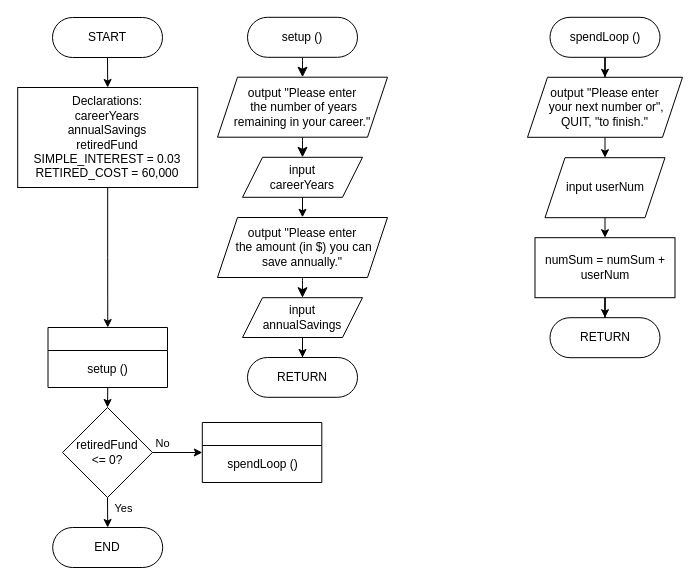
Above: Module 7 - Effective Decision Loops 2 - Connor Bowles.drawio in CBowles10/SDEV_120_FALL2025_CBOWLES (draw.io), before the change. Source tidied: cells renumbered, new cells numbered last; positions are measured from the earlier drawing's top-left corner, leaving out a move shared by most shapes. Both pictures are drawn from the tidied source at 100%, with x=0, y=0 at pixel (17, 17).
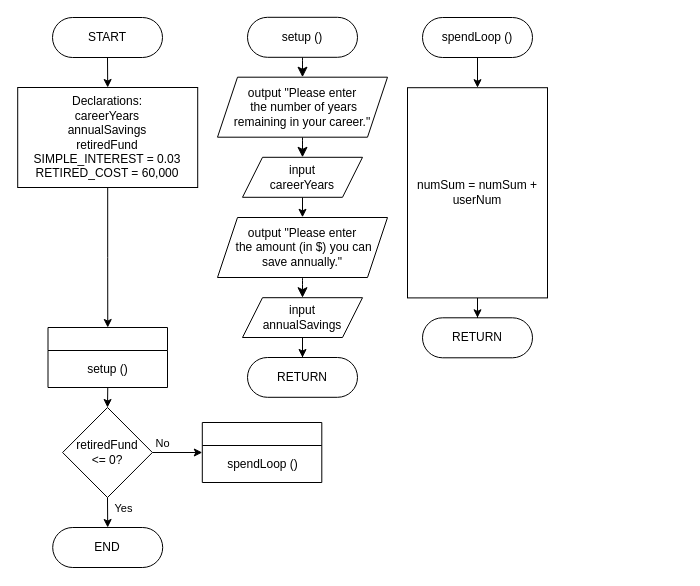
After the change.

Diff of the diagram source:
```diff
@@
-    <mxCell id="24" style="edgeStyle=orthogonalEdgeStyle;rounded=0;jettySize=auto;html=1;" parent="1" edge="1" source="25" target="27">
-      <mxGeometry relative="1" as="geometry" />
-    </mxCell>
+    <mxCell id="38" style="edgeStyle=orthogonalEdgeStyle;rounded=0;jettySize=auto;html=1;exitX=0.5;exitY=1;exitDx=0;exitDy=0;entryX=0.5;entryY=0;entryDx=0;entryDy=0;" parent="1" edge="1" source="25" target="33">
+      <mxGeometry relative="1" as="geometry" />
+    </mxCell>
     <mxCell id="25" value="spendLoop ()" style="rounded=1;whiteSpace=wrap;html=1;arcSize=50;" parent="1" vertex="1">
-      <mxGeometry x="532.5" y="-0.2" width="110" height="40" as="geometry" />
+      <mxGeometry x="405" width="110" height="40" as="geometry" />
     </mxCell>
-    <mxCell id="26" style="edgeStyle=orthogonalEdgeStyle;rounded=0;jettySize=auto;html=1;exitX=0.5;exitY=1;exitDx=0;exitDy=0;entryX=0.5;entryY=0;entryDx=0;entryDy=0;" parent="1" edge="1" source="27" target="29">
-      <mxGeometry relative="1" as="geometry" />
-    </mxCell>
-    <mxCell id="27" value="output &quot;Please enter&lt;br&gt;&amp;nbsp;your next number or&quot;,&lt;br&gt;QUIT, &quot;to finish.&quot;" style="shape=parallelogram;perimeter=parallelogramPerimeter;whiteSpace=wrap;html=1;fixedSize=1;" parent="1" vertex="1">
-      <mxGeometry x="510" y="59.8" width="155" height="60" as="geometry" />
-    </mxCell>
-    <mxCell id="28" style="edgeStyle=orthogonalEdgeStyle;rounded=0;jettySize=auto;html=1;exitX=0.5;exitY=1;exitDx=0;exitDy=0;entryX=0.5;entryY=0;entryDx=0;entryDy=0;" parent="1" edge="1" source="29">
-      <mxGeometry relative="1" as="geometry">
-        <mxPoint x="587.5" y="220.2" as="targetPoint" />
-      </mxGeometry>
-    </mxCell>
-    <mxCell id="29" value="input userNum" style="shape=parallelogram;perimeter=parallelogramPerimeter;whiteSpace=wrap;html=1;fixedSize=1;" parent="1" vertex="1">
-      <mxGeometry x="527.5" y="140.2" width="120" height="60" as="geometry" />
-    </mxCell>
     <mxCell id="30" style="edgeStyle=none;curved=1;rounded=0;orthogonalLoop=1;jettySize=auto;html=1;entryX=0.5;entryY=0;entryDx=0;entryDy=0;fontSize=12;startSize=8;endSize=8;" parent="1" edge="1">
       <mxGeometry relative="1" as="geometry">
-        <mxPoint x="582.5" y="219.8" as="sourcePoint" />
-        <mxPoint x="582.5" y="219.8" as="targetPoint" />
+        <mxPoint x="455" y="220" as="sourcePoint" />
+        <mxPoint x="455" y="220" as="targetPoint" />
       </mxGeometry>
     </mxCell>
     <mxCell id="31" value="RETURN" style="rounded=1;whiteSpace=wrap;html=1;arcSize=50;" parent="1" vertex="1">
-      <mxGeometry x="532.5" y="300.2" width="110" height="40" as="geometry" />
+      <mxGeometry x="405" y="300.3" width="110" height="40" as="geometry" />
     </mxCell>
@@
     <mxCell id="33" value="numSum = numSum + userNum" style="rounded=0;whiteSpace=wrap;html=1;" parent="1" vertex="1">
-      <mxGeometry x="517.5" y="220.2" width="140" height="60" as="geometry" />
+      <mxGeometry x="390" y="70.2" width="140" height="210.2" as="geometry" />
     </mxCell>
```
